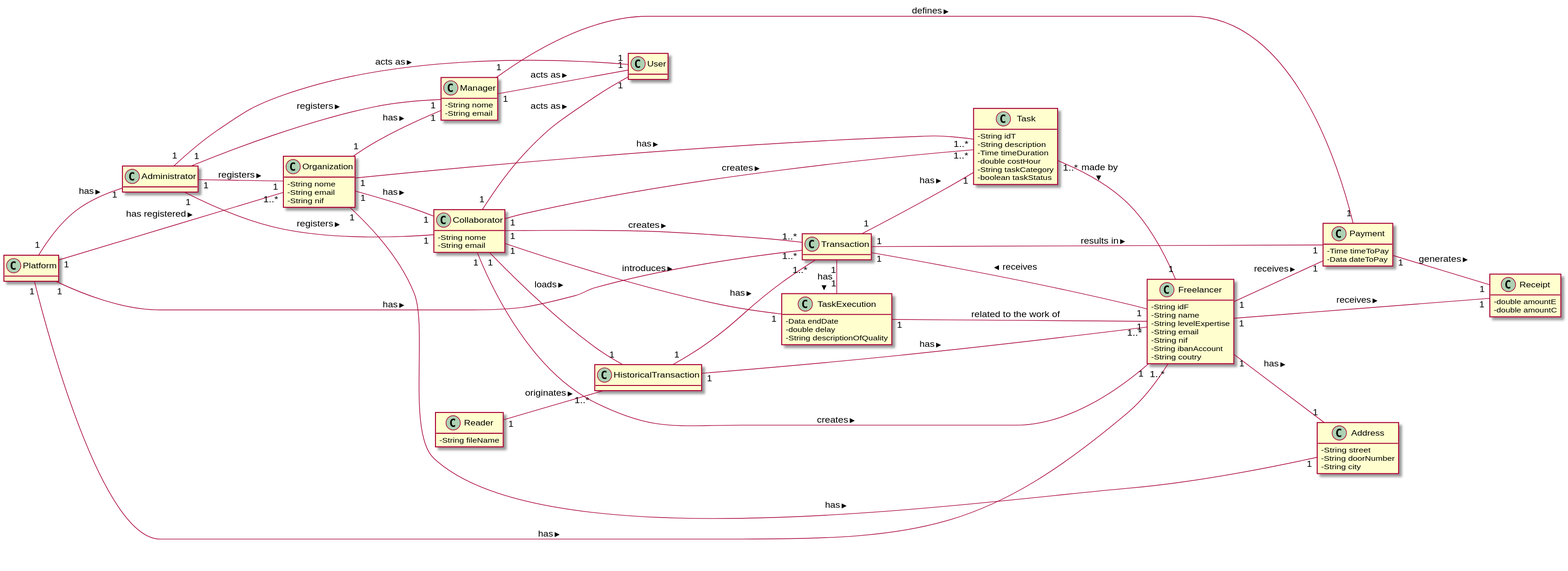
Before: docs/MD/LAPR2_MD.svg, a diagram exported from PlantUML (1190452/LAPR2).
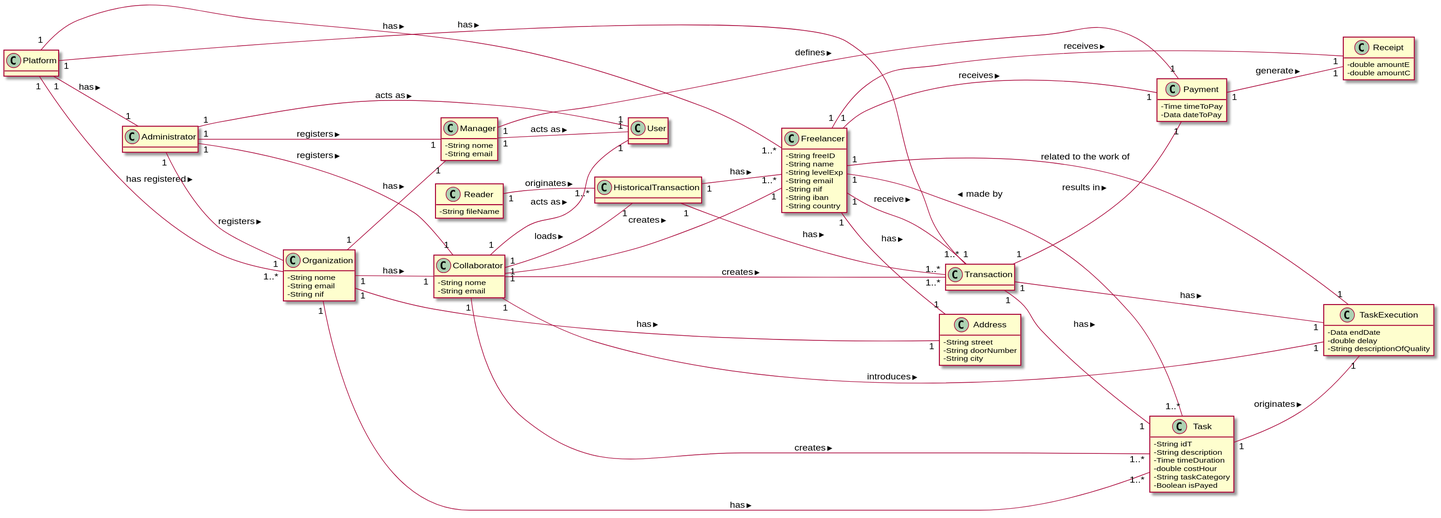
Later version of the same file.

Diff of the diagram source:
```diff
@@ -6,13 +6,13 @@
 class Platform{
 }
 class Freelancer {
-  -String idF
+  -String freeID
   -String name
-  -String levelExpertise
+  -String levelExp
   -String email
   -String nif
-  -String ibanAccount
-  -String coutry
+  -String iban
+  -String country
 }
 
 class Organization {
@@ -32,7 +32,7 @@
   -Time timeDuration
   -double costHour
   -String taskCategory
-  -boolean taskStatus
+  -Boolean isPayed
 }
 
 class Manager {
@@ -49,6 +49,7 @@
 }
 
 class Transaction {
+
 }
 
 class Address{
@@ -78,13 +79,13 @@
   -String descriptionOfQuality
   }
 
-
-Freelancer "1" -- "1" Transaction: receives >
+Freelancer "1" -- "1" Transaction: receive >
 Freelancer "1" -- "1" Receipt: receives >
 Freelancer "1" -- "1" Payment: receives >
 Freelancer "1" -- "1" Address: has >
 
 Task "1..*" -- "1" Freelancer: made by >
+
 
 Platform "1" -- "1..*" Transaction: has >
 Platform "1" -- "1" Administrator: has >
@@ -106,10 +107,10 @@
 
 Transaction "1" -- "1" Payment: results in >
 Transaction "1" -- "1" Task: has >
-Transaction "1" - "1" TaskExecution: has >
+Transaction "1" -- "1" TaskExecution: has >
 
 
-Payment "1" -- "1" Receipt: generates >
+Payment "1" -- "1" Receipt: generate >
 
 
 Reader "1" -- "1..*" HistoricalTransaction: originates >
@@ -125,4 +126,6 @@
 Collaborator "1" -- "1" TaskExecution: introduces >
 
 TaskExecution "1" -- "1" Freelancer: related to the work of
+
+Task "1" -- "1" TaskExecution : originates >
 @enduml
```
